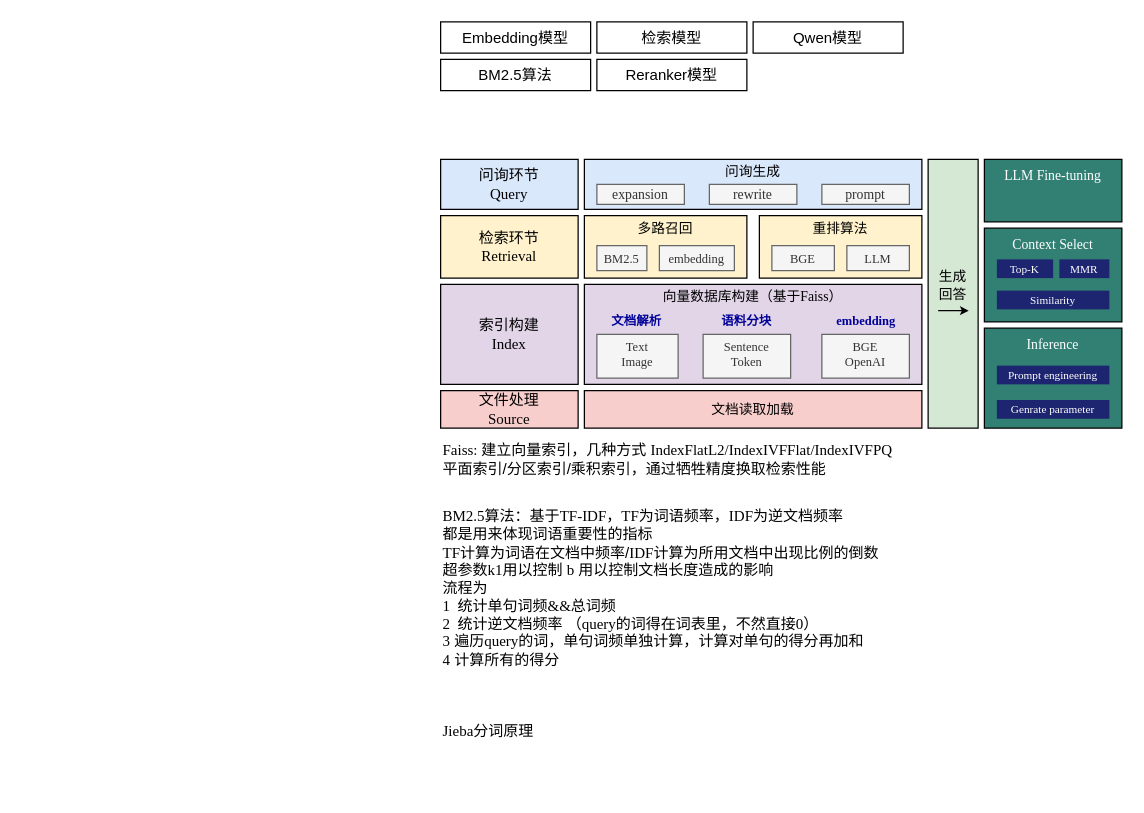
limpid-11/drawio keeps this draw.io diagram as RAG.drawio. Above is the earlier version. Source tidied: cells renumbered, new cells numbered last; positions are measured from the earlier drawing's top-left corner, leaving out a move shared by most shapes. Both pictures are drawn from the tidied source at 125%, with x=0, y=0 at pixel (440, 21).
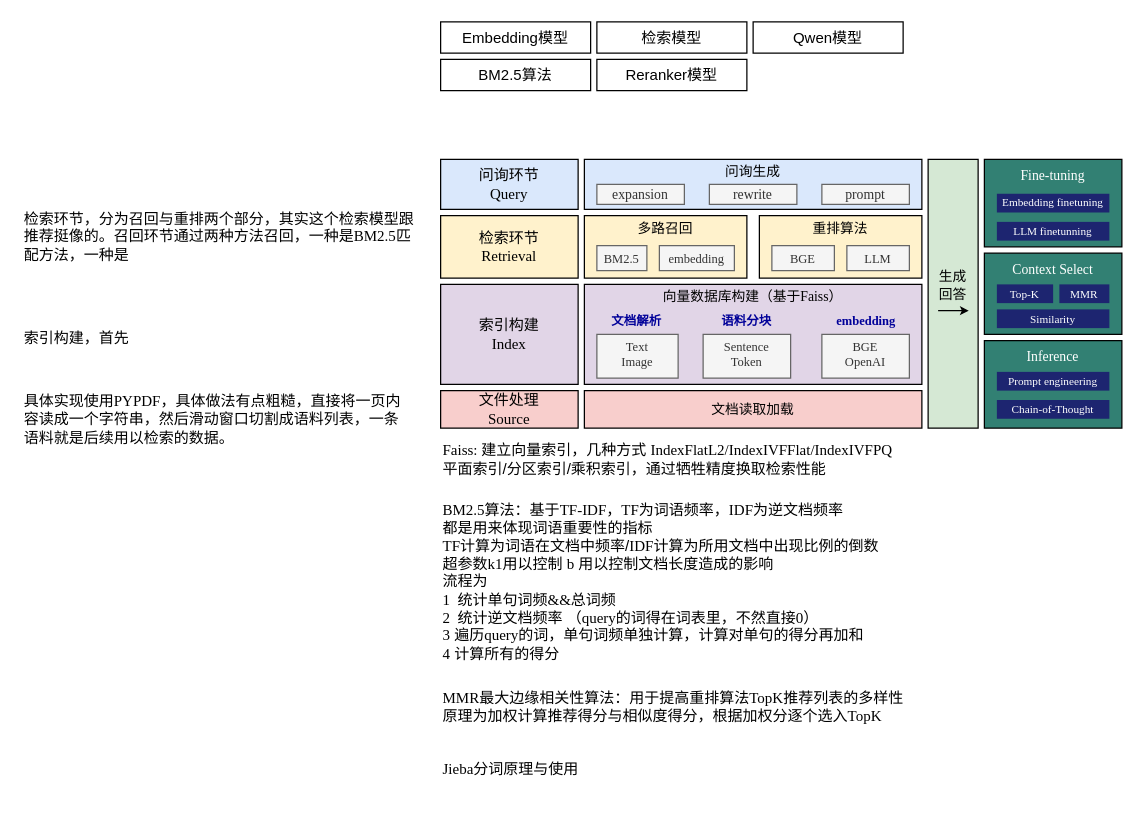
The same diagram, later.

Change to the diagram source:
```diff
@@
-    <mxCell id="30" value="&lt;div style=&quot;font-size: 11px;&quot;&gt;LLM Fine-tuning&lt;/div&gt;" style="rounded=0;whiteSpace=wrap;html=1;fillColor=#328073;strokeColor=#000000;verticalAlign=top;fontSize=11;fontFamily=Times New Roman;fontColor=#FFFFFF;" parent="1" vertex="1">
-      <mxGeometry x="435" y="110" width="110" height="50" as="geometry" />
+    <mxCell id="30" value="&lt;div style=&quot;font-size: 11px;&quot;&gt;Fine-tuning&lt;/div&gt;" style="rounded=0;whiteSpace=wrap;html=1;fillColor=#328073;strokeColor=#000000;verticalAlign=top;fontSize=11;fontFamily=Times New Roman;fontColor=#FFFFFF;" parent="1" vertex="1">
+      <mxGeometry x="435" y="110" width="110" height="70" as="geometry" />
     </mxCell>
     <mxCell id="31" value="&lt;div style=&quot;font-size: 11px;&quot;&gt;Context Select&lt;/div&gt;" style="rounded=0;whiteSpace=wrap;html=1;fillColor=#328073;strokeColor=#000000;verticalAlign=top;fontSize=11;fontFamily=Times New Roman;fontColor=#FFFFFF;" parent="1" vertex="1">
-      <mxGeometry x="435" y="165" width="110" height="75" as="geometry" />
+      <mxGeometry x="435" y="185" width="110" height="65" as="geometry" />
     </mxCell>
     <mxCell id="32" value="&lt;span style=&quot;font-size: 9px;&quot;&gt;Top-K&lt;/span&gt;" style="rounded=0;whiteSpace=wrap;html=1;verticalAlign=middle;fontFamily=Times New Roman;fillColor=#1D2570;strokeColor=none;strokeWidth=1;fontColor=#FFFFFF;fontSize=9;" parent="1" vertex="1">
-      <mxGeometry x="445" y="190" width="45" height="15" as="geometry" />
+      <mxGeometry x="445" y="210" width="45" height="15" as="geometry" />
     </mxCell>
     <mxCell id="33" value="&lt;span style=&quot;font-size: 9px;&quot;&gt;MMR&lt;/span&gt;" style="rounded=0;whiteSpace=wrap;html=1;verticalAlign=middle;fontFamily=Times New Roman;fillColor=#1D2570;strokeColor=none;strokeWidth=1;fontColor=#FFFFFF;fontSize=9;" parent="1" vertex="1">
-      <mxGeometry x="495" y="190" width="40" height="15" as="geometry" />
+      <mxGeometry x="495" y="210" width="40" height="15" as="geometry" />
     </mxCell>
     <mxCell id="34" value="&lt;span style=&quot;font-size: 9px;&quot;&gt;Similarity&lt;/span&gt;" style="rounded=0;whiteSpace=wrap;html=1;verticalAlign=middle;fontFamily=Times New Roman;fillColor=#1D2570;strokeColor=none;strokeWidth=1;fontColor=#FFFFFF;fontSize=9;" parent="1" vertex="1">
-      <mxGeometry x="445" y="215" width="90" height="15" as="geometry" />
+      <mxGeometry x="445" y="230" width="90" height="15" as="geometry" />
     </mxCell>
     <mxCell id="35" value="&lt;div style=&quot;font-size: 11px;&quot;&gt;Inference&lt;/div&gt;&lt;div style=&quot;font-size: 11px;&quot;&gt;&lt;br&gt;&lt;/div&gt;" style="rounded=0;whiteSpace=wrap;html=1;fillColor=#328073;strokeColor=#000000;verticalAlign=top;fontSize=11;fontFamily=Times New Roman;fontColor=#FFFFFF;" parent="1" vertex="1">
-      <mxGeometry x="435" y="245" width="110" height="80" as="geometry" />
+      <mxGeometry x="435" y="255" width="110" height="70" as="geometry" />
     </mxCell>
     <mxCell id="36" value="&lt;span style=&quot;font-size: 9px;&quot;&gt;Prompt engineering&lt;/span&gt;" style="rounded=0;whiteSpace=wrap;html=1;verticalAlign=middle;fontFamily=Times New Roman;fillColor=#1D2570;strokeColor=none;strokeWidth=1;fontColor=#FFFFFF;fontSize=9;" parent="1" vertex="1">
-      <mxGeometry x="445" y="275" width="90" height="15" as="geometry" />
+      <mxGeometry x="445" y="280" width="90" height="15" as="geometry" />
     </mxCell>
-    <mxCell id="37" value="&lt;span style=&quot;font-size: 9px;&quot;&gt;Genrate parameter&lt;/span&gt;" style="rounded=0;whiteSpace=wrap;html=1;verticalAlign=middle;fontFamily=Times New Roman;fillColor=#1D2570;strokeColor=none;strokeWidth=1;fontColor=#FFFFFF;fontSize=9;" parent="1" vertex="1">
+    <mxCell id="37" value="Chain-of-Thought" style="rounded=0;whiteSpace=wrap;html=1;verticalAlign=middle;fontFamily=Times New Roman;fillColor=#1D2570;strokeColor=none;strokeWidth=1;fontColor=#FFFFFF;fontSize=9;" parent="1" vertex="1">
       <mxGeometry x="445" y="302.5" width="90" height="15" as="geometry" />
     </mxCell>
     <mxCell id="38" value="&lt;font face=&quot;Times New Roman&quot;&gt;Faiss: &lt;/font&gt;&lt;font face=&quot;宋体&quot;&gt;建立向量索引，几种方式&amp;nbsp;&lt;/font&gt;&lt;font face=&quot;Times New Roman&quot;&gt;&lt;font style=&quot;background-color: initial;&quot;&gt;IndexFlatL2/&lt;/font&gt;&lt;span style=&quot;background-color: initial;&quot;&gt;IndexIVFFlat/IndexIVFPQ&lt;/span&gt;&lt;/font&gt;&lt;div&gt;&lt;font face=&quot;宋体&quot;&gt;平面索引/分区索引/乘积索引，通过牺牲精度换取检索性能&lt;/font&gt;&lt;/div&gt;" style="text;html=1;align=left;verticalAlign=middle;whiteSpace=wrap;rounded=0;fontFamily=宋体;" parent="1" vertex="1">
-      <mxGeometry y="335" width="425" height="30" as="geometry" />
+      <mxGeometry y="335" width="430" height="30" as="geometry" />
     </mxCell>
@@
     <mxCell id="40" value="&lt;font face=&quot;Times New Roman&quot;&gt;BM2.5&lt;/font&gt;&lt;font face=&quot;宋体&quot;&gt;算法：基于&lt;/font&gt;&lt;font face=&quot;Times New Roman&quot;&gt;TF-IDF&lt;/font&gt;&lt;font face=&quot;宋体&quot;&gt;，&lt;/font&gt;&lt;font face=&quot;Times New Roman&quot;&gt;TF&lt;/font&gt;&lt;font face=&quot;宋体&quot;&gt;为词语频率，&lt;/font&gt;&lt;font face=&quot;Times New Roman&quot;&gt;IDF&lt;/font&gt;&lt;font face=&quot;宋体&quot;&gt;为逆文档频率&lt;/font&gt;&lt;div&gt;&lt;font face=&quot;宋体&quot;&gt;都是用来体现词语重要性的指标&lt;/font&gt;&lt;div&gt;&lt;font face=&quot;Times New Roman&quot;&gt;TF&lt;/font&gt;计算为词语在文档中频率/&lt;font face=&quot;Times New Roman&quot;&gt;IDF&lt;/font&gt;计算为所用文档中出现比例的倒数&lt;/div&gt;&lt;/div&gt;&lt;div&gt;超参数&lt;font face=&quot;Times New Roman&quot;&gt;k1&lt;/font&gt;用以控制 &lt;font face=&quot;Times New Roman&quot;&gt;b&lt;/font&gt; 用以控制文档长度造成的影响&lt;/div&gt;&lt;div&gt;流程为&lt;/div&gt;&lt;div&gt;&lt;font face=&quot;Times New Roman&quot;&gt;1&amp;nbsp;&amp;nbsp;&lt;/font&gt;统计单句词频&lt;font face=&quot;Times New Roman&quot;&gt;&amp;amp;&amp;amp;&lt;/font&gt;总词频&amp;nbsp;&lt;/div&gt;&lt;div&gt;&lt;font face=&quot;Times New Roman&quot;&gt;2&amp;nbsp;&amp;nbsp;&lt;/font&gt;统计逆文档频率 （&lt;font face=&quot;Times New Roman&quot;&gt;query&lt;/font&gt;的词得在词表里，不然直接&lt;font face=&quot;Times New Roman&quot;&gt;0&lt;/font&gt;）&lt;/div&gt;&lt;div&gt;&lt;font face=&quot;Times New Roman&quot;&gt;3&lt;/font&gt; 遍历&lt;font face=&quot;Times New Roman&quot;&gt;query&lt;/font&gt;的词，&lt;span style=&quot;background-color: initial;&quot;&gt;单句词频单独计算，&lt;/span&gt;&lt;span style=&quot;background-color: initial;&quot;&gt;计算对单句的得分再加和&lt;/span&gt;&lt;/div&gt;&lt;div&gt;&lt;span style=&quot;background-color: initial;&quot;&gt;&lt;font face=&quot;Times New Roman&quot;&gt;4&lt;/font&gt; 计算所有的得分&lt;/span&gt;&lt;/div&gt;" style="text;html=1;align=left;verticalAlign=middle;whiteSpace=wrap;rounded=0;fontFamily=宋体;" parent="1" vertex="1">
-      <mxGeometry y="375" width="435" height="155" as="geometry" />
+      <mxGeometry y="375" width="430" height="145" as="geometry" />
     </mxCell>
-    <mxCell id="41" value="&lt;font face=&quot;Times New Roman&quot;&gt;Jieba&lt;/font&gt;&lt;font face=&quot;宋体&quot;&gt;分词原理&lt;/font&gt;" style="text;html=1;align=left;verticalAlign=middle;whiteSpace=wrap;rounded=0;fontFamily=宋体;" parent="1" vertex="1">
-      <mxGeometry y="550" width="405" height="35" as="geometry" />
+    <mxCell id="41" value="&lt;font face=&quot;Times New Roman&quot;&gt;Jieba&lt;/font&gt;&lt;font face=&quot;宋体&quot;&gt;分词原理与使用&lt;/font&gt;" style="text;html=1;align=left;verticalAlign=middle;whiteSpace=wrap;rounded=0;fontFamily=宋体;" parent="1" vertex="1">
+      <mxGeometry y="580" width="385" height="35" as="geometry" />
     </mxCell>
+    <mxCell id="42" value="&lt;span style=&quot;font-size: 9px;&quot;&gt;Embedding finetuning&lt;/span&gt;" style="rounded=0;whiteSpace=wrap;html=1;verticalAlign=middle;fontFamily=Times New Roman;fillColor=#1D2570;strokeColor=none;strokeWidth=1;fontColor=#FFFFFF;fontSize=9;" parent="1" vertex="1">
+      <mxGeometry x="445" y="137.5" width="90" height="15" as="geometry" />
+    </mxCell>
+    <mxCell id="43" value="&lt;span style=&quot;font-size: 9px;&quot;&gt;LLM finetunning&lt;/span&gt;" style="rounded=0;whiteSpace=wrap;html=1;verticalAlign=middle;fontFamily=Times New Roman;fillColor=#1D2570;strokeColor=none;strokeWidth=1;fontColor=#FFFFFF;fontSize=9;" parent="1" vertex="1">
+      <mxGeometry x="445" y="160" width="90" height="15" as="geometry" />
+    </mxCell>
+    <mxCell id="44" value="&lt;font face=&quot;Times New Roman&quot;&gt;MMR&lt;/font&gt;&lt;font face=&quot;宋体&quot;&gt;最大边缘相关性算法：用于提高重排算法&lt;/font&gt;&lt;font face=&quot;Times New Roman&quot;&gt;TopK&lt;/font&gt;&lt;font face=&quot;宋体&quot;&gt;推荐列表的多样性&lt;/font&gt;&lt;div&gt;&lt;font face=&quot;宋体&quot;&gt;原理为加权计算推荐得分与相似度得分，根据加权分逐个选入&lt;/font&gt;&lt;span style=&quot;font-family: &amp;quot;Times New Roman&amp;quot;; background-color: initial;&quot;&gt;TopK&lt;/span&gt;&lt;/div&gt;" style="text;html=1;align=left;verticalAlign=middle;whiteSpace=wrap;rounded=0;fontFamily=宋体;" parent="1" vertex="1">
+      <mxGeometry y="530" width="405" height="35" as="geometry" />
+    </mxCell>
+    <mxCell id="45" value="&lt;font&gt;具体实现使用&lt;font face=&quot;Times New Roman&quot;&gt;PYPDF&lt;/font&gt;&lt;font face=&quot;宋体&quot;&gt;，具体做法有点粗糙，直接将一页内容读成一个字符串，然后滑动窗口切割成语料列表，一条语料就是后续用以检索的数据。&lt;/font&gt;&lt;/font&gt;" style="text;html=1;align=left;verticalAlign=middle;whiteSpace=wrap;rounded=0;fontFamily=宋体;" parent="1" vertex="1">
+      <mxGeometry x="-335" y="295" width="305" height="45" as="geometry" />
+    </mxCell>
+    <mxCell id="46" value="索引构建，首先" style="text;html=1;align=left;verticalAlign=middle;whiteSpace=wrap;rounded=0;fontFamily=宋体;" parent="1" vertex="1">
+      <mxGeometry x="-335" y="235" width="305" height="35" as="geometry" />
+    </mxCell>
+    <mxCell id="47" value="检索环节，分为召回与重排两个部分，其实这个检索模型跟推荐挺像的。召回环节通过两种方法召回，一种是&lt;font face=&quot;Times New Roman&quot;&gt;BM2.5&lt;/font&gt;匹配方法，一种是" style="text;html=1;align=left;verticalAlign=middle;whiteSpace=wrap;rounded=0;fontFamily=宋体;" parent="1" vertex="1">
+      <mxGeometry x="-335" y="145" width="315" height="54" as="geometry" />
+    </mxCell>
```
